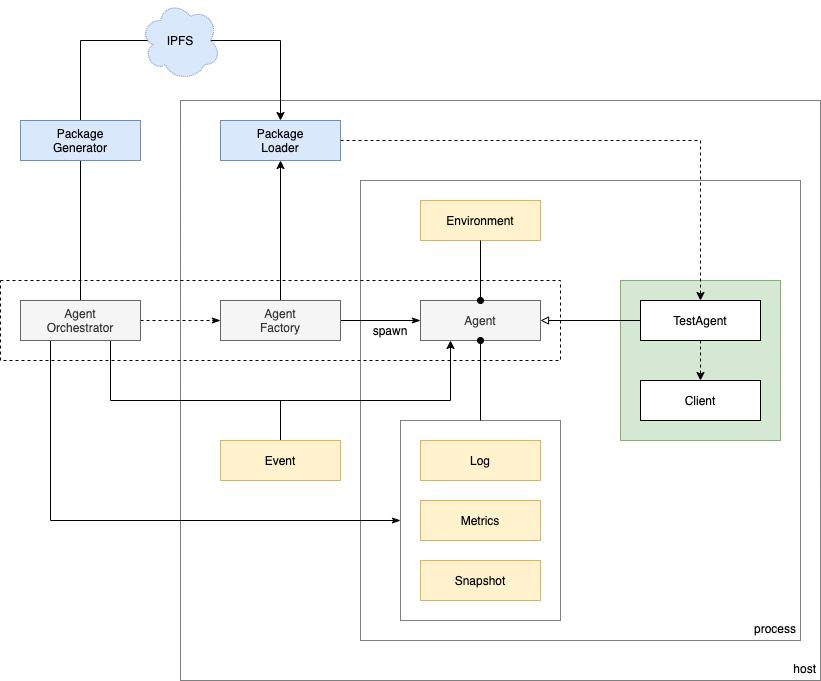
Before: agents.png, a diagram exported from draw.io (dxos/gravity). Source tidied: cells renumbered, new cells last; positions are measured from the earlier drawing's top-left corner, leaving out a move shared by most shapes.
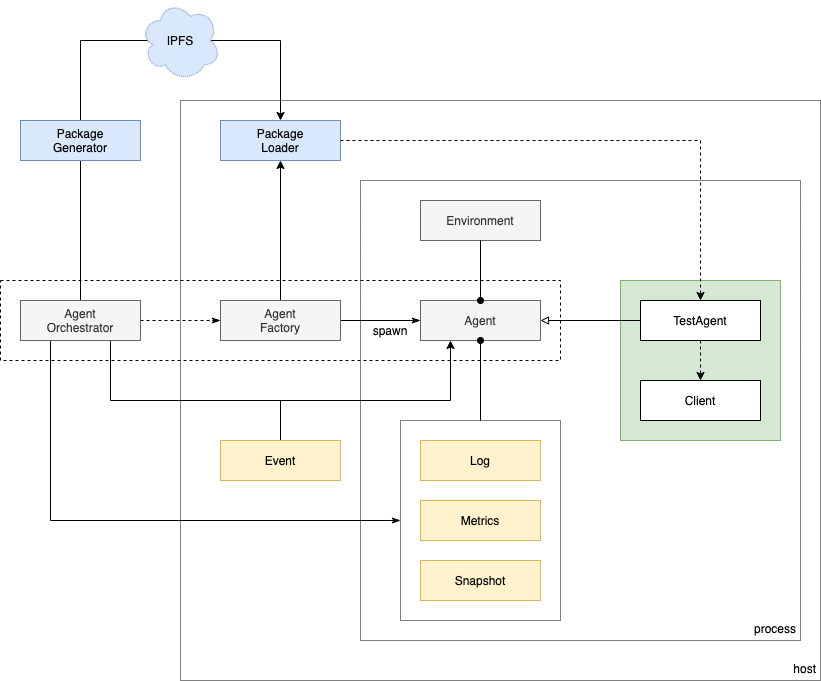
Above is the later version.

The edit, as a diff of the source:
```diff
@@ -20,7 +20,7 @@
     <mxCell id="7" value="TestAgent" style="rounded=0;whiteSpace=wrap;html=1;" parent="1" vertex="1">
       <mxGeometry x="640" y="300" width="120" height="40" as="geometry" />
     </mxCell>
-    <mxCell id="8" value="Environment" style="rounded=0;whiteSpace=wrap;html=1;fillColor=#fff2cc;strokeColor=#d6b656;" parent="1" vertex="1">
+    <mxCell id="8" value="Environment" style="rounded=0;whiteSpace=wrap;html=1;fillColor=#f5f5f5;strokeColor=#666666;fontColor=#333333;" parent="1" vertex="1">
       <mxGeometry x="420" y="200" width="120" height="40" as="geometry" />
     </mxCell>
     <mxCell id="9" style="edgeStyle=orthogonalEdgeStyle;rounded=0;jettySize=auto;html=1;exitX=1;exitY=0.5;exitDx=0;exitDy=0;endArrow=classicThin;endFill=1;" parent="1" edge="1" source="27" target="28">
```
